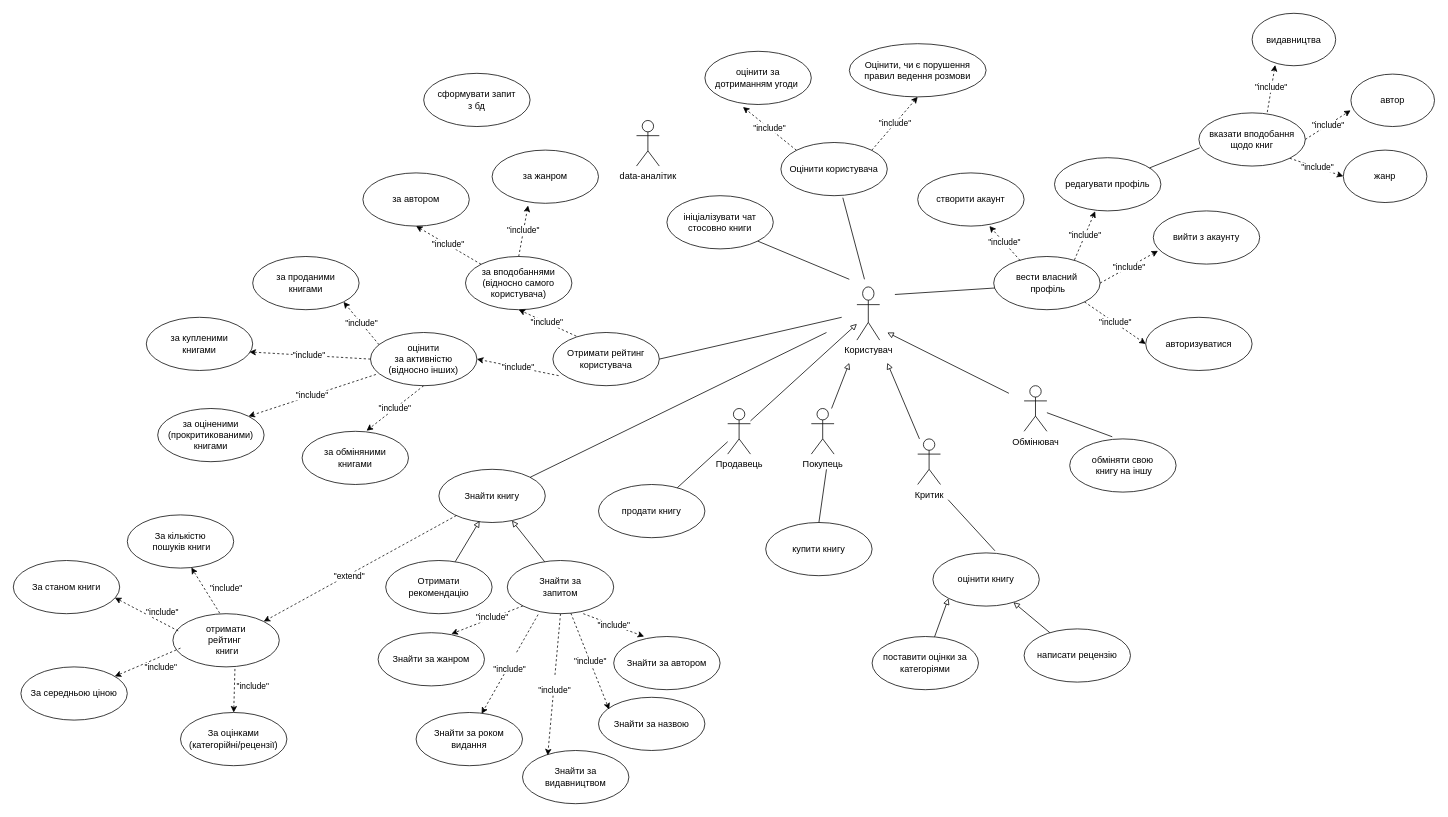
Earlier version of the draw.io diagram business_analytics/use_case.drawio (AnnaBozhenko/BookResources). Source tidied: cells renumbered, new cells numbered last; positions are measured from the earlier drawing's top-left corner, leaving out a move shared by most shapes. Both pictures are drawn from the tidied source at 76%, with x=0, y=0 at pixel (13, 13).
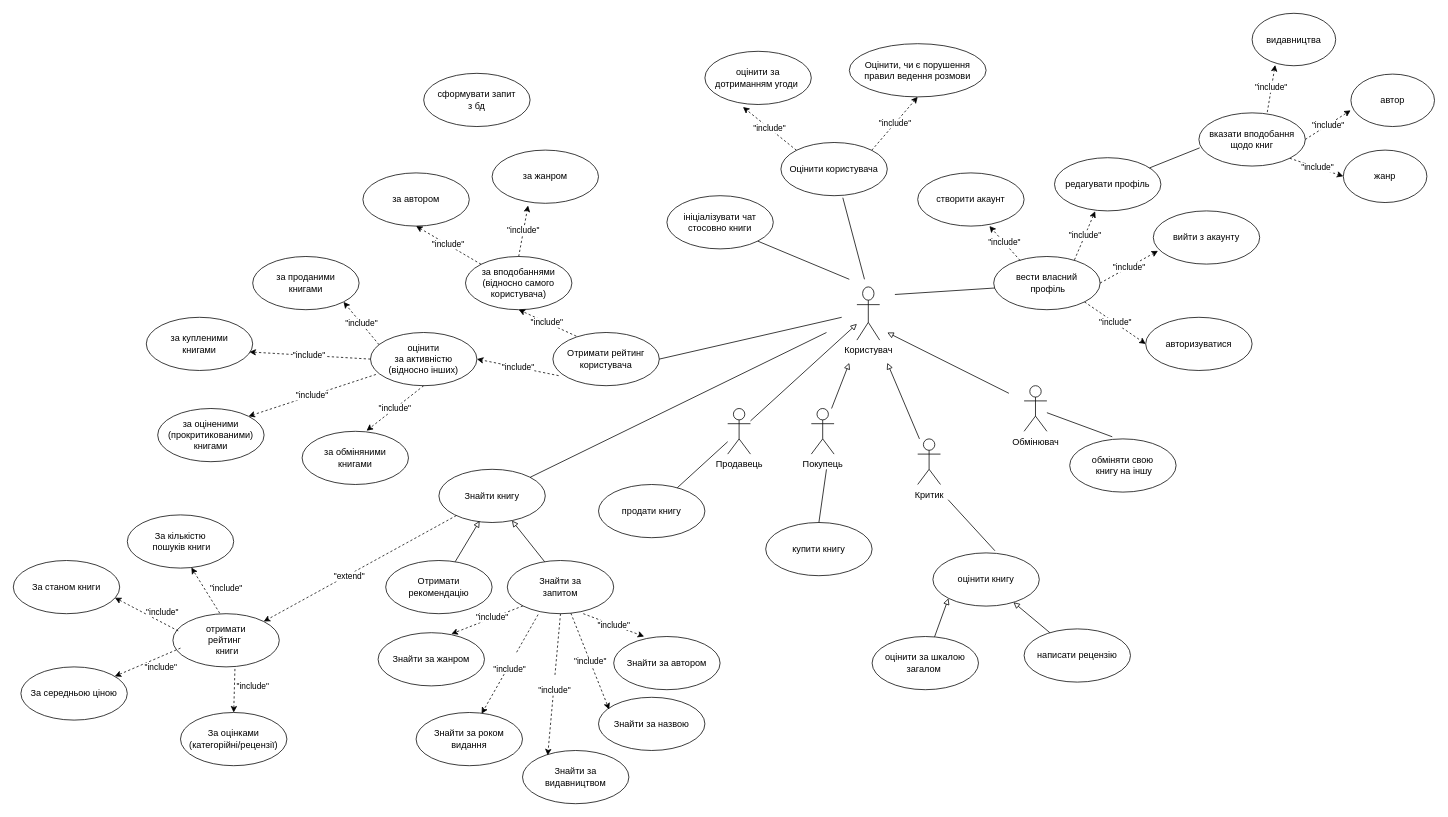
The same diagram, later.

Commit message:
Book evaluation with categories was replaced by the whole evaluation in  use_case.drawio

Diff of the diagram source:
```diff
@@
-    <mxCell id="29" value="поставити оцінки за категоріями" style="ellipse;whiteSpace=wrap;html=1;" parent="1" vertex="1">
+    <mxCell id="29" value="оцінити за шкалою загалом&amp;nbsp;" style="ellipse;whiteSpace=wrap;html=1;" parent="1" vertex="1">
       <mxGeometry x="1130" y="820" width="140" height="70" as="geometry" />
     </mxCell>
@@
-    <mxCell id="99" value="data-аналітик" style="shape=umlActor;verticalLabelPosition=bottom;verticalAlign=top;html=1;" parent="1" vertex="1">
-      <mxGeometry x="820" y="141" width="30" height="60" as="geometry" />
-    </mxCell>
```
